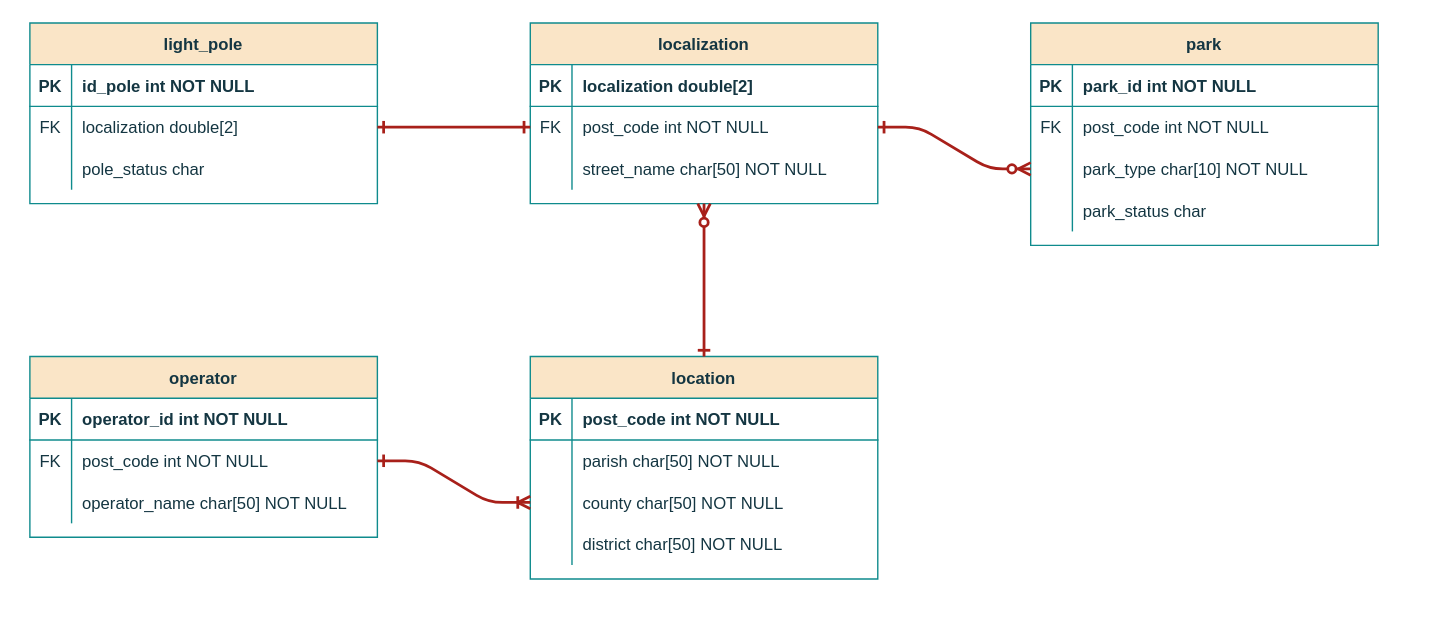
Earlier version of the draw.io diagram project/report/flowcharts/DataBase.drawio (ESRGgroup9/slipad). Source tidied: cells renumbered, new cells numbered last; positions are measured from the earlier drawing's top-left corner, leaving out a move shared by most shapes. Both pictures are drawn from the tidied source at 139%, with x=0, y=0 at pixel (29, 22).
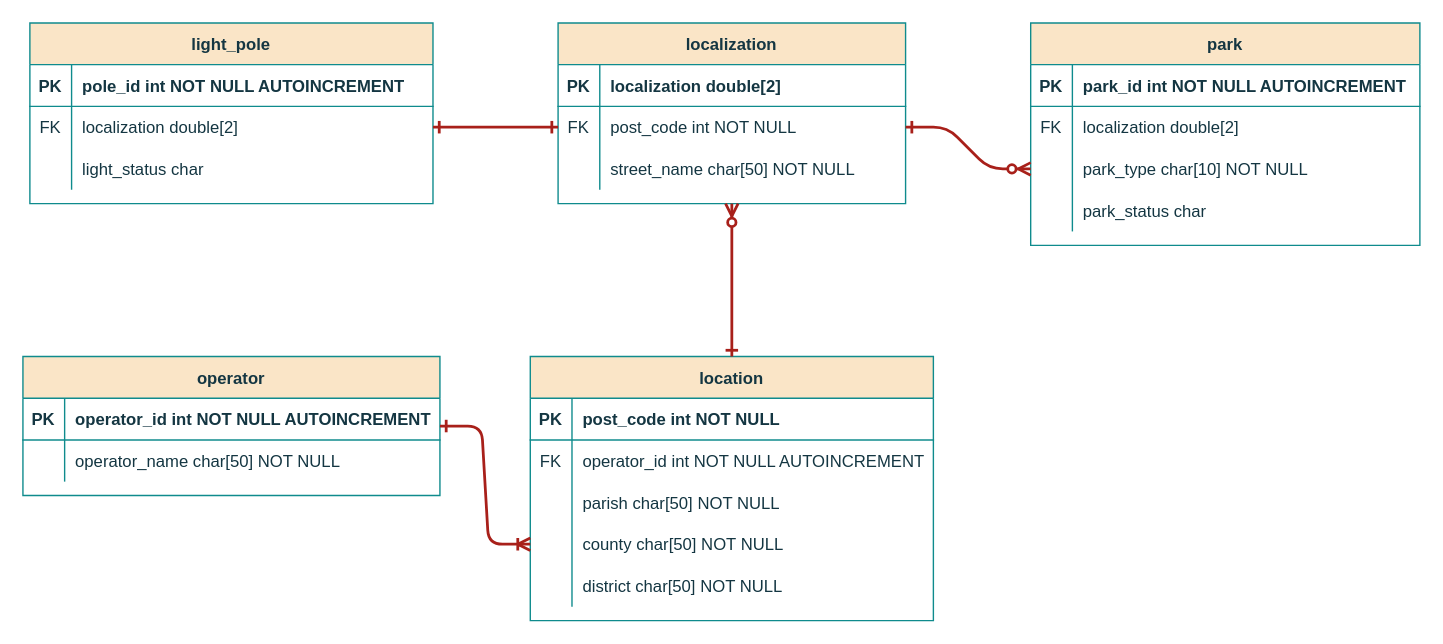
The same page after the edit.

Change to the diagram source:
```diff
@@
     <mxCell id="2" value="light_pole" style="shape=table;startSize=30;childLayout=tableLayout;rowLines=0;fontStyle=1;align=center;fillColor=#FAE5C7;strokeColor=#0F8B8D;fontColor=#143642;" parent="1" vertex="1">
-      <mxGeometry width="250" height="130" as="geometry" />
+      <mxGeometry width="290" height="130" as="geometry" />
     </mxCell>
     <mxCell id="3" style="shape=partialRectangle;fillColor=none;top=0;left=0;right=0;bottom=1;strokeColor=#0F8B8D;fontColor=#143642;" parent="2" vertex="1">
-      <mxGeometry y="30" width="250" height="30" as="geometry" />
+      <mxGeometry y="30" width="290" height="30" as="geometry" />
     </mxCell>
@@
-    <mxCell id="5" value="id_pole int NOT NULL " style="shape=partialRectangle;overflow=hidden;fillColor=none;top=0;left=0;bottom=0;right=0;align=left;spacingLeft=6;fontStyle=1;strokeColor=#0F8B8D;fontColor=#143642;" parent="3" vertex="1">
-      <mxGeometry x="30" width="220" height="30" as="geometry" />
+    <mxCell id="5" value="pole_id int NOT NULL AUTOINCREMENT" style="shape=partialRectangle;overflow=hidden;fillColor=none;top=0;left=0;bottom=0;right=0;align=left;spacingLeft=6;fontStyle=1;strokeColor=#0F8B8D;fontColor=#143642;" parent="3" vertex="1">
+      <mxGeometry x="30" width="260" height="30" as="geometry" />
     </mxCell>
     <mxCell id="6" style="shape=partialRectangle;fillColor=none;top=0;left=0;bottom=0;right=0;points=[[0,0.5],[1,0.5]];portConstraint=eastwest;strokeColor=#0F8B8D;fontColor=#143642;" parent="2" vertex="1">
-      <mxGeometry y="60" width="250" height="30" as="geometry" />
+      <mxGeometry y="60" width="290" height="30" as="geometry" />
     </mxCell>
@@
     <mxCell id="8" value="localization double[2] " style="shape=partialRectangle;fillColor=none;top=0;left=0;bottom=0;right=0;align=left;spacingLeft=6;fontStyle=0;overflow=hidden;strokeColor=#0F8B8D;fontColor=#143642;" parent="6" vertex="1">
-      <mxGeometry x="30" width="220" height="30" as="geometry" />
+      <mxGeometry x="30" width="260" height="30" as="geometry" />
     </mxCell>
     <mxCell id="9" style="shape=partialRectangle;fillColor=none;top=0;left=0;bottom=0;right=0;strokeColor=#0F8B8D;fontColor=#143642;" parent="2" vertex="1">
-      <mxGeometry y="90" width="250" height="30" as="geometry" />
+      <mxGeometry y="90" width="290" height="30" as="geometry" />
     </mxCell>
@@
-    <mxCell id="11" value="pole_status char" style="shape=partialRectangle;fillColor=none;top=0;left=0;bottom=0;right=0;align=left;spacingLeft=6;overflow=hidden;strokeColor=#0F8B8D;fontColor=#143642;" parent="9" vertex="1">
-      <mxGeometry x="30" width="220" height="30" as="geometry" />
+    <mxCell id="11" value="light_status char" style="shape=partialRectangle;fillColor=none;top=0;left=0;bottom=0;right=0;align=left;spacingLeft=6;overflow=hidden;strokeColor=#0F8B8D;fontColor=#143642;" parent="9" vertex="1">
+      <mxGeometry x="30" width="260" height="30" as="geometry" />
     </mxCell>
     <mxCell id="12" value="localization" style="shape=table;startSize=30;childLayout=tableLayout;rowLines=0;fontStyle=1;align=center;fillColor=#FAE5C7;strokeColor=#0F8B8D;fontColor=#143642;" parent="1" vertex="1">
-      <mxGeometry x="360" width="250" height="130" as="geometry" />
+      <mxGeometry x="380" width="250" height="130" as="geometry" />
     </mxCell>
@@
     <mxCell id="22" value="location" style="shape=table;startSize=30;childLayout=tableLayout;rowLines=0;fontStyle=1;align=center;fillColor=#FAE5C7;strokeColor=#0F8B8D;fontColor=#143642;" parent="1" vertex="1">
-      <mxGeometry x="360" y="240" width="250" height="160" as="geometry" />
+      <mxGeometry x="360" y="240" width="290" height="190" as="geometry" />
     </mxCell>
     <mxCell id="23" style="shape=partialRectangle;fillColor=none;top=0;left=0;right=0;bottom=1;strokeColor=#0F8B8D;fontColor=#143642;" parent="22" vertex="1">
-      <mxGeometry y="30" width="250" height="30" as="geometry" />
+      <mxGeometry y="30" width="290" height="30" as="geometry" />
     </mxCell>
@@
     <mxCell id="25" value="post_code int NOT NULL " style="shape=partialRectangle;overflow=hidden;fillColor=none;top=0;left=0;bottom=0;right=0;align=left;spacingLeft=6;fontStyle=1;strokeColor=#0F8B8D;fontColor=#143642;" parent="23" vertex="1">
-      <mxGeometry x="30" width="220" height="30" as="geometry" />
+      <mxGeometry x="30" width="260" height="30" as="geometry" />
     </mxCell>
+    <mxCell id="39" style="shape=partialRectangle;fillColor=none;top=0;left=0;bottom=0;right=0;points=[[0,0.5],[1,0.5]];portConstraint=eastwest;strokeColor=#0F8B8D;fontColor=#143642;" parent="22" vertex="1">
+      <mxGeometry y="60" width="290" height="30" as="geometry" />
+    </mxCell>
+    <mxCell id="40" value="FK" style="shape=partialRectangle;fillColor=none;top=0;left=0;bottom=0;right=0;fontStyle=0;overflow=hidden;strokeColor=#0F8B8D;fontColor=#143642;" parent="39" vertex="1">
+      <mxGeometry width="30" height="30" as="geometry" />
+    </mxCell>
+    <mxCell id="41" value="operator_id int NOT NULL AUTOINCREMENT" style="shape=partialRectangle;fillColor=none;top=0;left=0;bottom=0;right=0;align=left;spacingLeft=6;fontStyle=0;overflow=hidden;strokeColor=#0F8B8D;fontColor=#143642;" parent="39" vertex="1">
+      <mxGeometry x="30" width="260" height="30" as="geometry" />
+    </mxCell>
     <mxCell id="26" style="shape=partialRectangle;fillColor=none;top=0;left=0;bottom=0;right=0;strokeColor=#0F8B8D;fontColor=#143642;" parent="22" vertex="1">
-      <mxGeometry y="60" width="250" height="30" as="geometry" />
+      <mxGeometry y="90" width="290" height="30" as="geometry" />
     </mxCell>
@@
     <mxCell id="28" value="parish char[50] NOT NULL" style="shape=partialRectangle;fillColor=none;top=0;left=0;bottom=0;right=0;align=left;spacingLeft=6;overflow=hidden;strokeColor=#0F8B8D;fontColor=#143642;" parent="26" vertex="1">
-      <mxGeometry x="30" width="220" height="30" as="geometry" />
+      <mxGeometry x="30" width="260" height="30" as="geometry" />
     </mxCell>
     <mxCell id="29" style="shape=partialRectangle;fillColor=none;top=0;left=0;bottom=0;right=0;points=[[0,0.5],[1,0.5]];portConstraint=eastwest;strokeColor=#0F8B8D;fontColor=#143642;" parent="22" vertex="1">
-      <mxGeometry y="90" width="250" height="30" as="geometry" />
+      <mxGeometry y="120" width="290" height="30" as="geometry" />
     </mxCell>
@@
     <mxCell id="31" value="county char[50] NOT NULL" style="shape=partialRectangle;fillColor=none;top=0;left=0;bottom=0;right=0;align=left;spacingLeft=6;overflow=hidden;strokeColor=#0F8B8D;fontColor=#143642;" parent="29" vertex="1">
-      <mxGeometry x="30" width="220" height="30" as="geometry" />
+      <mxGeometry x="30" width="260" height="30" as="geometry" />
     </mxCell>
     <mxCell id="32" style="shape=partialRectangle;fillColor=none;top=0;left=0;bottom=0;right=0;strokeColor=#0F8B8D;fontColor=#143642;" parent="22" vertex="1">
-      <mxGeometry y="120" width="250" height="30" as="geometry" />
+      <mxGeometry y="150" width="290" height="30" as="geometry" />
     </mxCell>
@@
     <mxCell id="34" value="district char[50] NOT NULL" style="shape=partialRectangle;fillColor=none;top=0;left=0;bottom=0;right=0;align=left;spacingLeft=6;overflow=hidden;strokeColor=#0F8B8D;fontColor=#143642;" parent="32" vertex="1">
-      <mxGeometry x="30" width="220" height="30" as="geometry" />
+      <mxGeometry x="30" width="260" height="30" as="geometry" />
     </mxCell>
     <mxCell id="35" value="operator" style="shape=table;startSize=30;childLayout=tableLayout;rowLines=0;fontStyle=1;align=center;fillColor=#FAE5C7;strokeColor=#0F8B8D;fontColor=#143642;" parent="1" vertex="1">
-      <mxGeometry y="240" width="250" height="130" as="geometry" />
+      <mxGeometry x="-5" y="240" width="300" height="100" as="geometry" />
     </mxCell>
     <mxCell id="36" style="shape=partialRectangle;fillColor=none;top=0;left=0;right=0;bottom=1;strokeColor=#0F8B8D;fontColor=#143642;" parent="35" vertex="1">
-      <mxGeometry y="30" width="250" height="30" as="geometry" />
+      <mxGeometry y="30" width="300" height="30" as="geometry" />
     </mxCell>
@@
-    <mxCell id="38" value="operator_id int NOT NULL " style="shape=partialRectangle;overflow=hidden;fillColor=none;top=0;left=0;bottom=0;right=0;align=left;spacingLeft=6;fontStyle=1;strokeColor=#0F8B8D;fontColor=#143642;" parent="36" vertex="1">
-      <mxGeometry x="30" width="220" height="30" as="geometry" />
+    <mxCell id="38" value="operator_id int NOT NULL AUTOINCREMENT" style="shape=partialRectangle;overflow=hidden;fillColor=none;top=0;left=0;bottom=0;right=0;align=left;spacingLeft=6;fontStyle=1;strokeColor=#0F8B8D;fontColor=#143642;" parent="36" vertex="1">
+      <mxGeometry x="30" width="270" height="30" as="geometry" />
     </mxCell>
-    <mxCell id="39" style="shape=partialRectangle;fillColor=none;top=0;left=0;bottom=0;right=0;points=[[0,0.5],[1,0.5]];portConstraint=eastwest;strokeColor=#0F8B8D;fontColor=#143642;" parent="35" vertex="1">
-      <mxGeometry y="60" width="250" height="30" as="geometry" />
-    </mxCell>
-    <mxCell id="40" value="FK" style="shape=partialRectangle;fillColor=none;top=0;left=0;bottom=0;right=0;fontStyle=0;overflow=hidden;strokeColor=#0F8B8D;fontColor=#143642;" parent="39" vertex="1">
-      <mxGeometry width="30" height="30" as="geometry" />
-    </mxCell>
-    <mxCell id="41" value="post_code int NOT NULL" style="shape=partialRectangle;fillColor=none;top=0;left=0;bottom=0;right=0;align=left;spacingLeft=6;fontStyle=0;overflow=hidden;strokeColor=#0F8B8D;fontColor=#143642;" parent="39" vertex="1">
-      <mxGeometry x="30" width="220" height="30" as="geometry" />
-    </mxCell>
     <mxCell id="42" style="shape=partialRectangle;fillColor=none;top=0;left=0;bottom=0;right=0;strokeColor=#0F8B8D;fontColor=#143642;" parent="35" vertex="1">
-      <mxGeometry y="90" width="250" height="30" as="geometry" />
+      <mxGeometry y="60" width="300" height="30" as="geometry" />
     </mxCell>
@@
     <mxCell id="44" value="operator_name char[50] NOT NULL" style="shape=partialRectangle;fillColor=none;top=0;left=0;bottom=0;right=0;align=left;spacingLeft=6;overflow=hidden;strokeColor=#0F8B8D;fontColor=#143642;" parent="42" vertex="1">
-      <mxGeometry x="30" width="220" height="30" as="geometry" />
+      <mxGeometry x="30" width="270" height="30" as="geometry" />
     </mxCell>
     <mxCell id="45" value="park" style="shape=table;startSize=30;childLayout=tableLayout;rowLines=0;fontStyle=1;align=center;fillColor=#FAE5C7;strokeColor=#0F8B8D;fontColor=#143642;" parent="1" vertex="1">
-      <mxGeometry x="720" width="250" height="160" as="geometry" />
+      <mxGeometry x="720" width="280" height="160" as="geometry" />
     </mxCell>
     <mxCell id="46" style="shape=partialRectangle;fillColor=none;top=0;left=0;right=0;bottom=1;strokeColor=#0F8B8D;fontColor=#143642;" parent="45" vertex="1">
-      <mxGeometry y="30" width="250" height="30" as="geometry" />
+      <mxGeometry y="30" width="280" height="30" as="geometry" />
     </mxCell>
@@
-    <mxCell id="48" value="park_id int NOT NULL " style="shape=partialRectangle;overflow=hidden;fillColor=none;top=0;left=0;bottom=0;right=0;align=left;spacingLeft=6;fontStyle=1;strokeColor=#0F8B8D;fontColor=#143642;" parent="46" vertex="1">
-      <mxGeometry x="30" width="220" height="30" as="geometry" />
+    <mxCell id="48" value="park_id int NOT NULL AUTOINCREMENT" style="shape=partialRectangle;overflow=hidden;fillColor=none;top=0;left=0;bottom=0;right=0;align=left;spacingLeft=6;fontStyle=1;strokeColor=#0F8B8D;fontColor=#143642;" parent="46" vertex="1">
+      <mxGeometry x="30" width="250" height="30" as="geometry" />
     </mxCell>
     <mxCell id="49" style="shape=partialRectangle;fillColor=none;top=0;left=0;bottom=0;right=0;strokeColor=#0F8B8D;fontColor=#143642;" parent="45" vertex="1">
-      <mxGeometry y="60" width="250" height="30" as="geometry" />
+      <mxGeometry y="60" width="280" height="30" as="geometry" />
     </mxCell>
@@
-    <mxCell id="51" value="post_code int NOT NULL" style="shape=partialRectangle;fillColor=none;top=0;left=0;bottom=0;right=0;align=left;spacingLeft=6;fontStyle=0;overflow=hidden;strokeColor=#0F8B8D;fontColor=#143642;" parent="49" vertex="1">
-      <mxGeometry x="30" width="220" height="30" as="geometry" />
+    <mxCell id="51" value="localization double[2] " style="shape=partialRectangle;fillColor=none;top=0;left=0;bottom=0;right=0;align=left;spacingLeft=6;fontStyle=0;overflow=hidden;strokeColor=#0F8B8D;fontColor=#143642;" parent="49" vertex="1">
+      <mxGeometry x="30" width="250" height="30" as="geometry" />
     </mxCell>
     <mxCell id="52" style="shape=partialRectangle;fillColor=none;top=0;left=0;bottom=0;right=0;points=[[0,0.5],[1,0.5]];portConstraint=eastwest;strokeColor=#0F8B8D;fontColor=#143642;" parent="45" vertex="1">
-      <mxGeometry y="90" width="250" height="30" as="geometry" />
+      <mxGeometry y="90" width="280" height="30" as="geometry" />
     </mxCell>
@@
     <mxCell id="54" value="park_type char[10] NOT NULL" style="shape=partialRectangle;fillColor=none;top=0;left=0;bottom=0;right=0;align=left;spacingLeft=6;fontStyle=0;overflow=hidden;strokeColor=#0F8B8D;fontColor=#143642;" parent="52" vertex="1">
-      <mxGeometry x="30" width="220" height="30" as="geometry" />
+      <mxGeometry x="30" width="250" height="30" as="geometry" />
     </mxCell>
     <mxCell id="55" style="shape=partialRectangle;fillColor=none;top=0;left=0;bottom=0;right=0;strokeColor=#0F8B8D;fontColor=#143642;" parent="45" vertex="1">
-      <mxGeometry y="120" width="250" height="30" as="geometry" />
+      <mxGeometry y="120" width="280" height="30" as="geometry" />
     </mxCell>
@@
     <mxCell id="57" value="park_status char" style="shape=partialRectangle;fillColor=none;top=0;left=0;bottom=0;right=0;align=left;spacingLeft=6;overflow=hidden;strokeColor=#0F8B8D;fontColor=#143642;" parent="55" vertex="1">
-      <mxGeometry x="30" width="220" height="30" as="geometry" />
+      <mxGeometry x="30" width="250" height="30" as="geometry" />
     </mxCell>
-    <mxCell id="58" style="endArrow=ERoneToMany;startArrow=ERone;endFill=0;startFill=0;exitX=1;exitY=0.5;exitDx=0;exitDy=0;entryX=0;entryY=0.5;entryDx=0;entryDy=0;strokeWidth=2;edgeStyle=entityRelationEdgeStyle;labelBackgroundColor=#DAD2D8;strokeColor=#A8201A;fontColor=#143642;" parent="1" edge="1" source="39" target="29">
+    <mxCell id="58" style="endArrow=ERoneToMany;startArrow=ERone;endFill=0;startFill=0;exitX=1;exitY=0.5;exitDx=0;exitDy=0;entryX=0;entryY=0.5;entryDx=0;entryDy=0;strokeWidth=2;edgeStyle=entityRelationEdgeStyle;labelBackgroundColor=#DAD2D8;strokeColor=#A8201A;fontColor=#143642;" parent="1" edge="1" source="35" target="29">
       <mxGeometry relative="1" as="geometry" />
     </mxCell>
```
